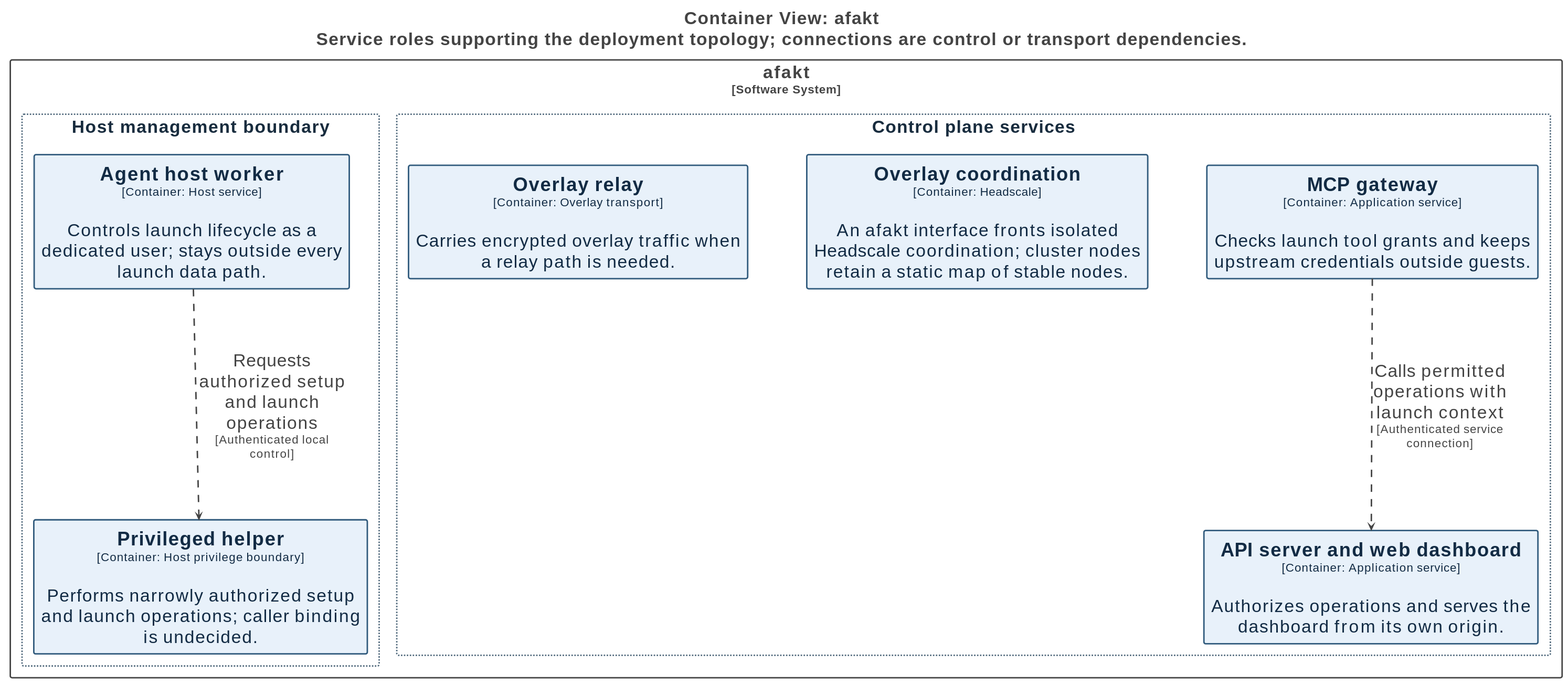
Before: docs/diagrams/structurizr-network-service-boundaries.svg, a diagram exported from PlantUML (tbhb-dev/afakt). Its source is kept beside it as docs/diagrams/structurizr-network-service-boundaries.puml.
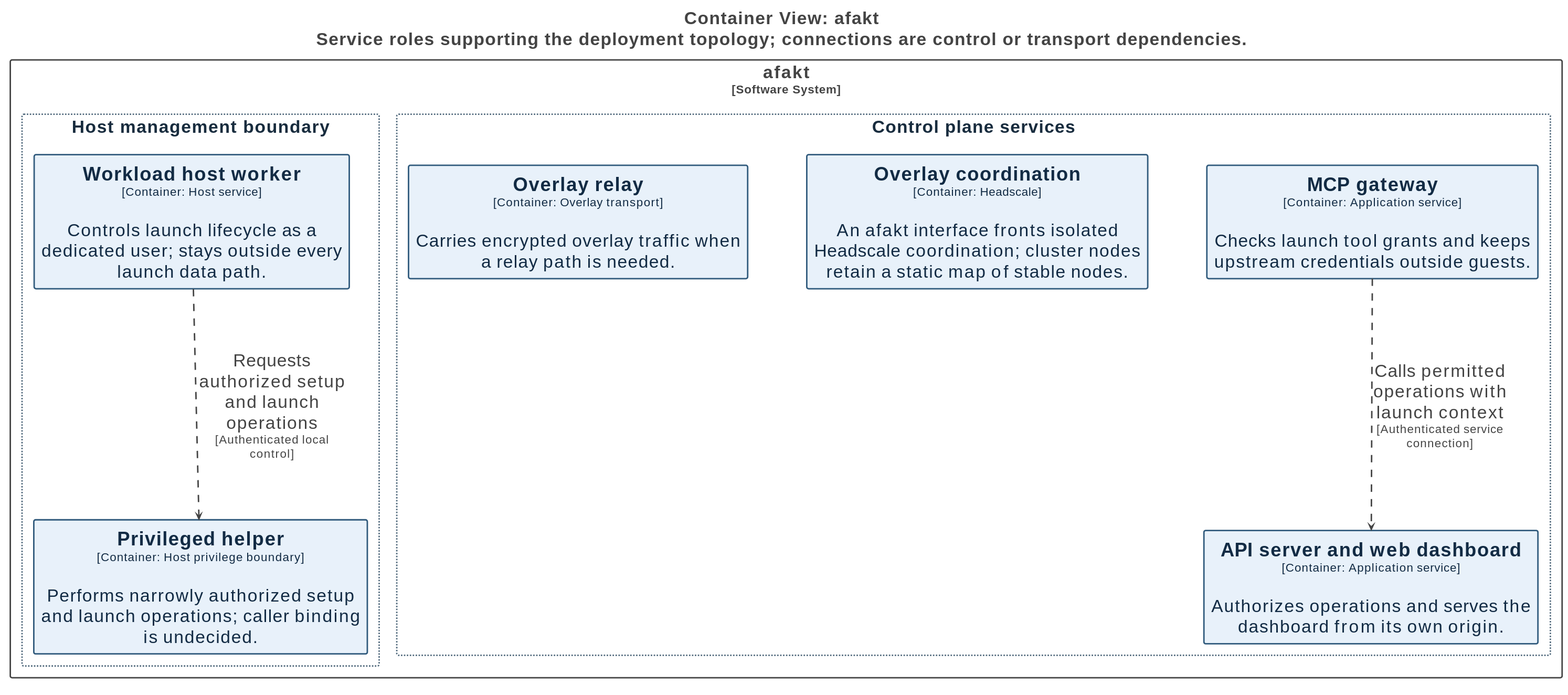
After the change.

Change to the diagram source:
```diff
@@ -82,13 +82,13 @@
   }
 
   rectangle "Host management boundary" <<Group-SG9zdCBtYW5hZ2VtZW50IGJvdW5kYXJ5>> as group2 {
-    rectangle "==Agent host worker\n<size:16>[Container: Host service]</size>\n\nControls launch lifecycle as a dedicated user; stays outside every launch data path." <<Element-RWxlbWVudCxUb3BvbG9neQ==>> as afakt.Agenthostworker
+    rectangle "==Workload host worker\n<size:16>[Container: Host service]</size>\n\nControls launch lifecycle as a dedicated user; stays outside every launch data path." <<Element-RWxlbWVudCxUb3BvbG9neQ==>> as afakt.Workloadhostworker
     rectangle "==Privileged helper\n<size:16>[Container: Host privilege boundary]</size>\n\nPerforms narrowly authorized setup and launch operations; caller binding is undecided." <<Element-RWxlbWVudCxUb3BvbG9neQ==>> as afakt.Privilegedhelper
   }
 
 }
 
-afakt.Agenthostworker --> afakt.Privilegedhelper <<Relationship-UmVsYXRpb25zaGlw>> : "Requests authorized setup and launch operations\n<size:16>[Authenticated local control]</size>"
+afakt.Workloadhostworker --> afakt.Privilegedhelper <<Relationship-UmVsYXRpb25zaGlw>> : "Requests authorized setup and launch operations\n<size:16>[Authenticated local control]</size>"
 afakt.MCPgateway --> afakt.APIserverandwebdashboard <<Relationship-UmVsYXRpb25zaGlw>> : "Calls permitted operations with launch context\n<size:16>[Authenticated service connection]</size>"
 
 @enduml
```
